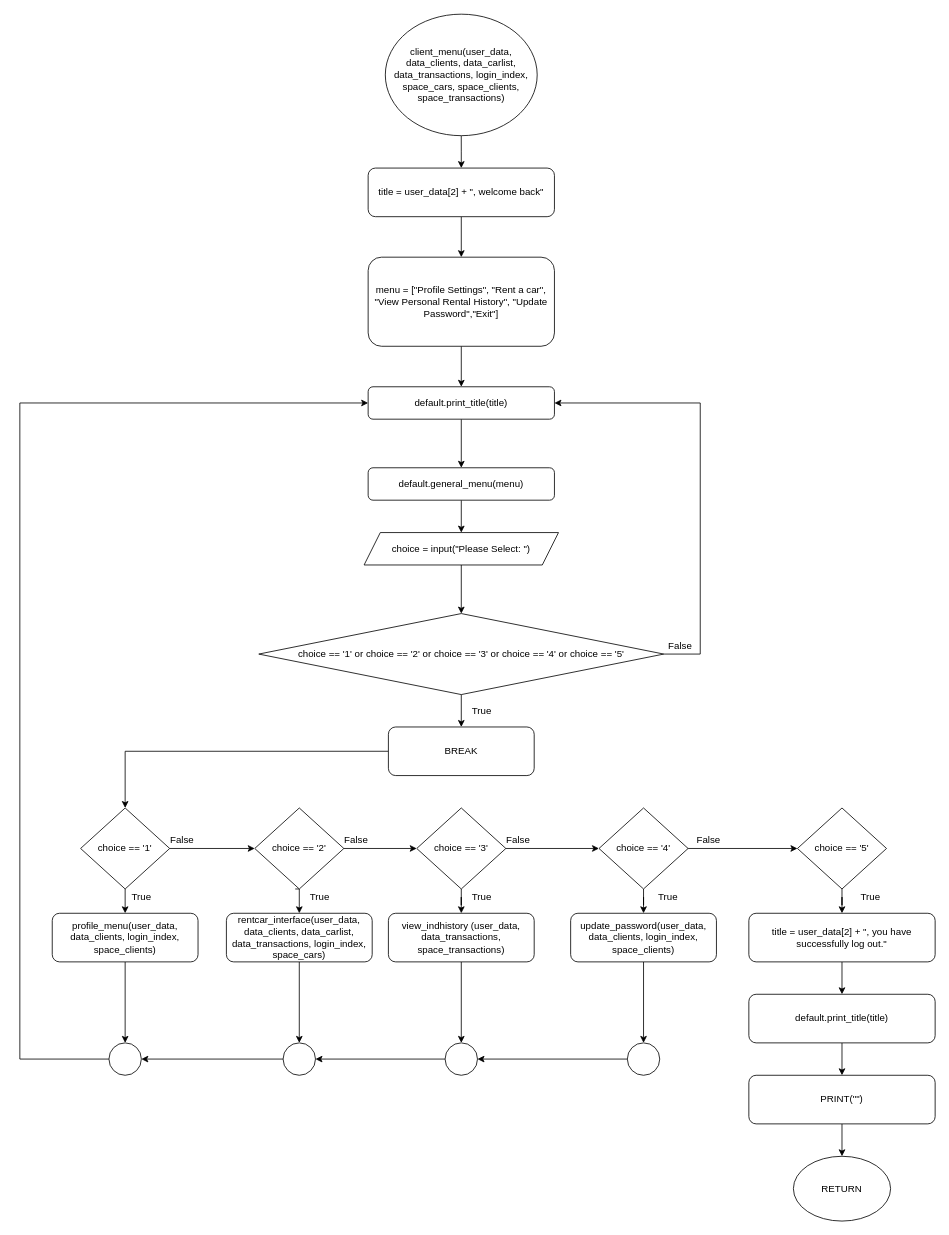
Before: Flowchart/clients/client_menu.drawio in RabbitBear00/Car-Rental-System, a draw.io diagram. Source tidied: cells renumbered, new cells numbered last; positions are measured from the earlier drawing's top-left corner, leaving out a move shared by most shapes. Both pictures are drawn from the tidied source at 81%, with x=0, y=0 at pixel (19, 14).
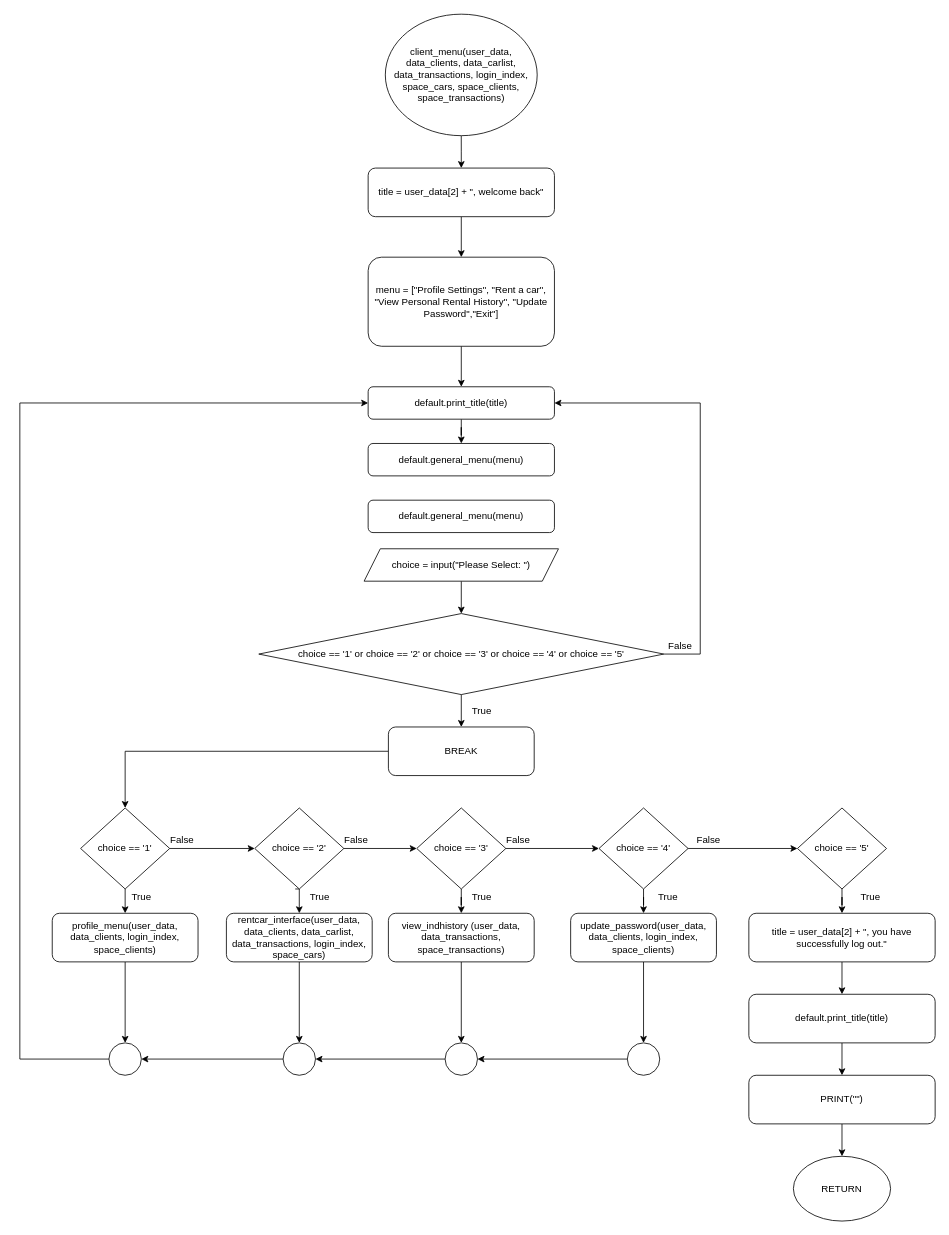
After the change.

Diff of the diagram source:
```diff
@@
-    <mxCell id="44" style="edgeStyle=orthogonalEdgeStyle;rounded=0;jettySize=auto;html=1;startArrow=none;startFill=0;endArrow=classic;endFill=1;" parent="1" edge="1" source="45" target="66">
-      <mxGeometry relative="1" as="geometry" />
-    </mxCell>
     <mxCell id="45" value="default.general_menu(menu)" style="rounded=1;whiteSpace=wrap;html=1;" parent="1" vertex="1">
-      <mxGeometry x="430" y="560" width="230" height="40" as="geometry" />
+      <mxGeometry x="430" y="530" width="230" height="40" as="geometry" />
     </mxCell>
@@
     <mxCell id="66" value="choice = input(&quot;Please Select: &quot;)" style="shape=parallelogram;perimeter=parallelogramPerimeter;whiteSpace=wrap;html=1;fixedSize=1;" parent="1" vertex="1">
-      <mxGeometry x="425" y="640" width="240" height="40" as="geometry" />
+      <mxGeometry x="425" y="660" width="240" height="40" as="geometry" />
     </mxCell>
+    <mxCell id="67" value="default.general_menu(menu)" style="rounded=1;whiteSpace=wrap;html=1;" parent="1" vertex="1">
+      <mxGeometry x="430" y="600" width="230" height="40" as="geometry" />
+    </mxCell>
```
